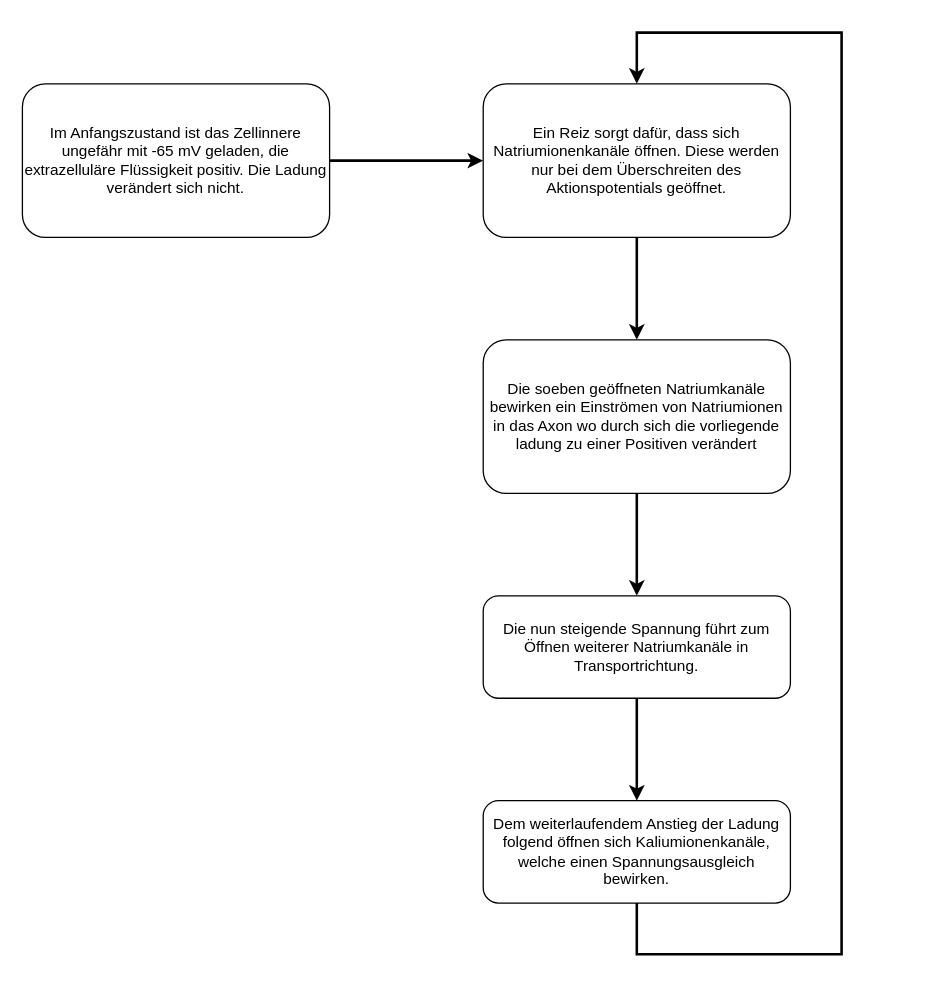
This is _Sonstige_/Diagramme/XML/Salatorische Erregungsleitung.drawio from Maxbleibtgeheim/WBS-Norderstedt, a draw.io file, before an edit. Source tidied: cells renumbered, new cells numbered last; positions are measured from the earlier drawing's top-left corner, leaving out a move shared by most shapes. Both pictures are drawn from the tidied source at 128%, with x=0, y=0 at pixel (22, 32).
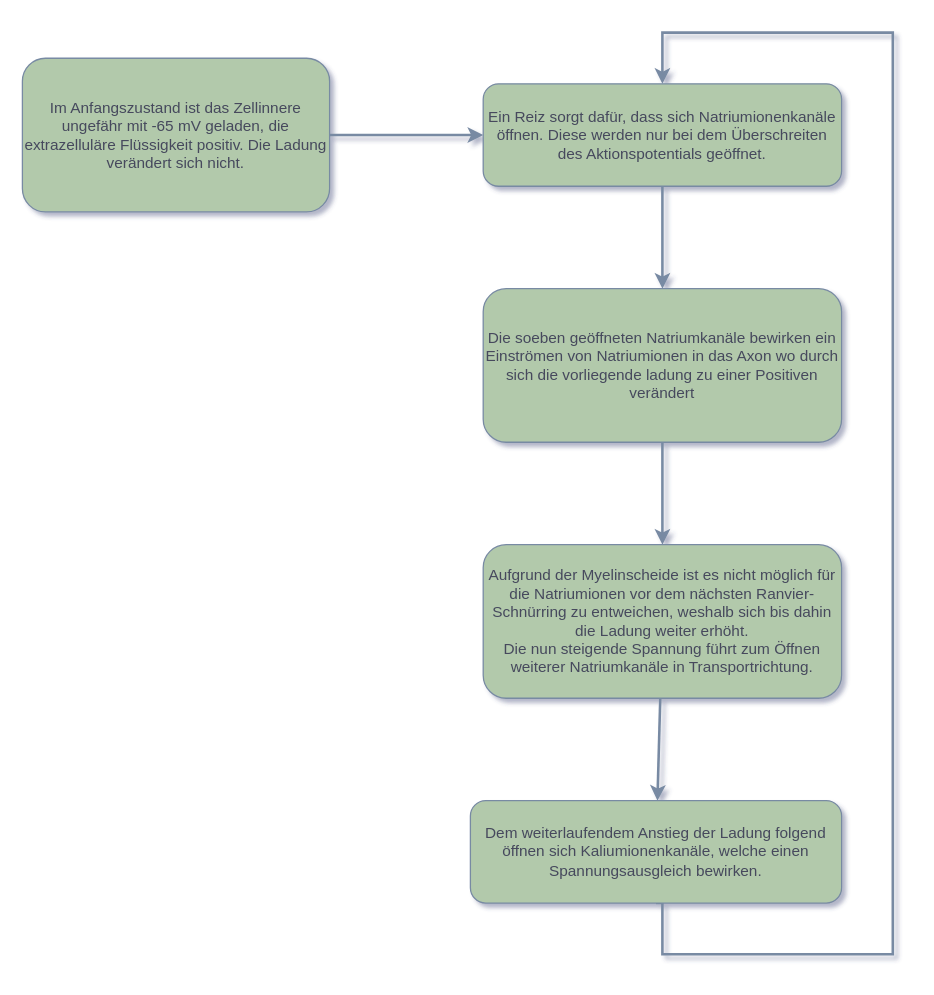
The same page after the edit.

Change to the diagram source:
```diff
@@
-<mxGraphModel>
+<mxGraphModel shadow="1">
   <root>
     <mxCell id="0" />
     <mxCell id="1" parent="0" />
-    <mxCell id="2" style="rounded=0;jettySize=auto;html=1;entryX=0;entryY=0.5;entryDx=0;entryDy=0;strokeWidth=2;exitX=1;exitY=0.5;exitDx=0;exitDy=0;" parent="1" edge="1" source="3" target="5">
+    <mxCell id="2" style="rounded=0;jettySize=auto;html=1;entryX=0;entryY=0.5;entryDx=0;entryDy=0;strokeWidth=2;exitX=1;exitY=0.5;exitDx=0;exitDy=0;labelBackgroundColor=none;fontColor=default;strokeColor=#788AA3;" parent="1" edge="1" source="3" target="5">
       <mxGeometry relative="1" as="geometry" />
     </mxCell>
-    <mxCell id="3" value="&lt;font&gt;Im Anfangszustand ist das Zellinnere ungefähr mit -65 mV geladen, die extrazelluläre Flüssigkeit positiv. Die Ladung verändert sich nicht&lt;/font&gt;." style="rounded=1;whiteSpace=wrap;html=1;" parent="1" vertex="1">
-      <mxGeometry y="40" width="240" height="120" as="geometry" />
+    <mxCell id="3" value="&lt;font&gt;Im Anfangszustand ist das Zellinnere ungefähr mit -65 mV geladen, die extrazelluläre Flüssigkeit positiv. Die Ladung verändert sich nicht&lt;/font&gt;." style="rounded=1;whiteSpace=wrap;html=1;labelBackgroundColor=none;fillColor=#B2C9AB;strokeColor=#788AA3;fontColor=#46495D;" parent="1" vertex="1">
+      <mxGeometry y="20" width="240" height="120" as="geometry" />
     </mxCell>
-    <mxCell id="4" style="rounded=0;jettySize=auto;html=1;strokeWidth=2;" parent="1" edge="1" source="5" target="7">
+    <mxCell id="4" style="rounded=0;jettySize=auto;html=1;strokeWidth=2;labelBackgroundColor=none;fontColor=default;strokeColor=#788AA3;" parent="1" edge="1" source="5" target="7">
       <mxGeometry relative="1" as="geometry" />
     </mxCell>
-    <mxCell id="5" value="Ein Reiz sorgt dafür, dass sich Natriumionenkanäle öffnen. Diese werden nur bei dem Überschreiten des Aktionspotentials geöffnet." style="rounded=1;whiteSpace=wrap;html=1;" parent="1" vertex="1">
-      <mxGeometry x="360" y="40" width="240" height="120" as="geometry" />
+    <mxCell id="5" value="Ein Reiz sorgt dafür, dass sich Natriumionenkanäle öffnen. Diese werden nur bei dem Überschreiten des Aktionspotentials geöffnet." style="rounded=1;whiteSpace=wrap;html=1;labelBackgroundColor=none;fillColor=#B2C9AB;strokeColor=#788AA3;fontColor=#46495D;" parent="1" vertex="1">
+      <mxGeometry x="360" y="40" width="280" height="80" as="geometry" />
     </mxCell>
-    <mxCell id="6" style="rounded=0;jettySize=auto;html=1;strokeWidth=2;" parent="1" edge="1" source="7" target="9">
+    <mxCell id="6" style="rounded=0;jettySize=auto;html=1;strokeWidth=2;labelBackgroundColor=none;fontColor=default;strokeColor=#788AA3;" parent="1" edge="1" source="7" target="9">
       <mxGeometry relative="1" as="geometry" />
     </mxCell>
-    <mxCell id="7" value="Die soeben geöffneten Natriumkanäle bewirken ein Einströmen von Natriumionen in das Axon wo durch sich die vorliegende ladung zu einer Positiven verändert" style="whiteSpace=wrap;html=1;rounded=1;" parent="1" vertex="1">
-      <mxGeometry x="360" y="240" width="240" height="120" as="geometry" />
+    <mxCell id="7" value="Die soeben geöffneten Natriumkanäle bewirken ein Einströmen von Natriumionen in das Axon wo durch sich die vorliegende ladung zu einer Positiven verändert" style="whiteSpace=wrap;html=1;rounded=1;labelBackgroundColor=none;fillColor=#B2C9AB;strokeColor=#788AA3;fontColor=#46495D;" parent="1" vertex="1">
+      <mxGeometry x="360" y="200" width="280" height="120" as="geometry" />
     </mxCell>
-    <mxCell id="8" style="rounded=0;jettySize=auto;html=1;strokeWidth=2;" parent="1" edge="1" source="9" target="11">
+    <mxCell id="8" style="rounded=0;jettySize=auto;html=1;strokeWidth=2;labelBackgroundColor=none;fontColor=default;strokeColor=#788AA3;" parent="1" edge="1" source="9" target="11">
       <mxGeometry relative="1" as="geometry" />
     </mxCell>
-    <mxCell id="9" value="Die nun steigende Spannung führt zum Öffnen weiterer Natriumkanäle in Transportrichtung." style="whiteSpace=wrap;html=1;rounded=1;" parent="1" vertex="1">
-      <mxGeometry x="360" y="440" width="240" height="80" as="geometry" />
+    <mxCell id="9" value="&lt;div&gt;Aufgrund der Myelinscheide ist es nicht möglich für die Natriumionen vor dem nächsten Ranvier-Schnürring zu entweichen, weshalb sich bis dahin die Ladung weiter erhöht.&lt;/div&gt;&lt;div&gt;Die nun steigende Spannung führt zum Öffnen weiterer Natriumkanäle in Transportrichtung.&lt;/div&gt;" style="whiteSpace=wrap;html=1;rounded=1;labelBackgroundColor=none;fillColor=#B2C9AB;strokeColor=#788AA3;fontColor=#46495D;" parent="1" vertex="1">
+      <mxGeometry x="360" y="400" width="280" height="120" as="geometry" />
     </mxCell>
-    <mxCell id="10" style="edgeStyle=orthogonalEdgeStyle;rounded=0;jettySize=auto;html=1;entryX=0.5;entryY=0;entryDx=0;entryDy=0;exitX=0.5;exitY=1;exitDx=0;exitDy=0;strokeWidth=2;" parent="1" edge="1" source="11" target="5">
+    <mxCell id="10" style="edgeStyle=orthogonalEdgeStyle;rounded=0;jettySize=auto;html=1;entryX=0.5;entryY=0;entryDx=0;entryDy=0;exitX=0.5;exitY=1;exitDx=0;exitDy=0;strokeWidth=2;labelBackgroundColor=none;fontColor=default;strokeColor=#788AA3;" parent="1" edge="1" source="11" target="5">
       <mxGeometry relative="1" as="geometry">
         <Array as="points">
-          <mxPoint x="480" y="720" />
-          <mxPoint x="640" y="720" />
-          <mxPoint x="640" />
-          <mxPoint x="480" />
+          <mxPoint x="500" y="680" />
+          <mxPoint x="500" y="720" />
+          <mxPoint x="680" y="720" />
+          <mxPoint x="680" />
+          <mxPoint x="500" />
         </Array>
       </mxGeometry>
     </mxCell>
-    <mxCell id="11" value="Dem weiterlaufendem Anstieg der Ladung folgend öffnen sich Kaliumionenkanäle, welche einen Spannungsausgleich bewirken." style="whiteSpace=wrap;html=1;rounded=1;" parent="1" vertex="1">
-      <mxGeometry x="360" y="600" width="240" height="80" as="geometry" />
+    <mxCell id="11" value="Dem weiterlaufendem Anstieg der Ladung folgend öffnen sich Kaliumionenkanäle, welche einen Spannungsausgleich bewirken." style="whiteSpace=wrap;html=1;rounded=1;labelBackgroundColor=none;fillColor=#B2C9AB;strokeColor=#788AA3;fontColor=#46495D;" parent="1" vertex="1">
+      <mxGeometry x="350" y="600" width="290" height="80" as="geometry" />
     </mxCell>
   </root>
 </mxGraphModel>
```
